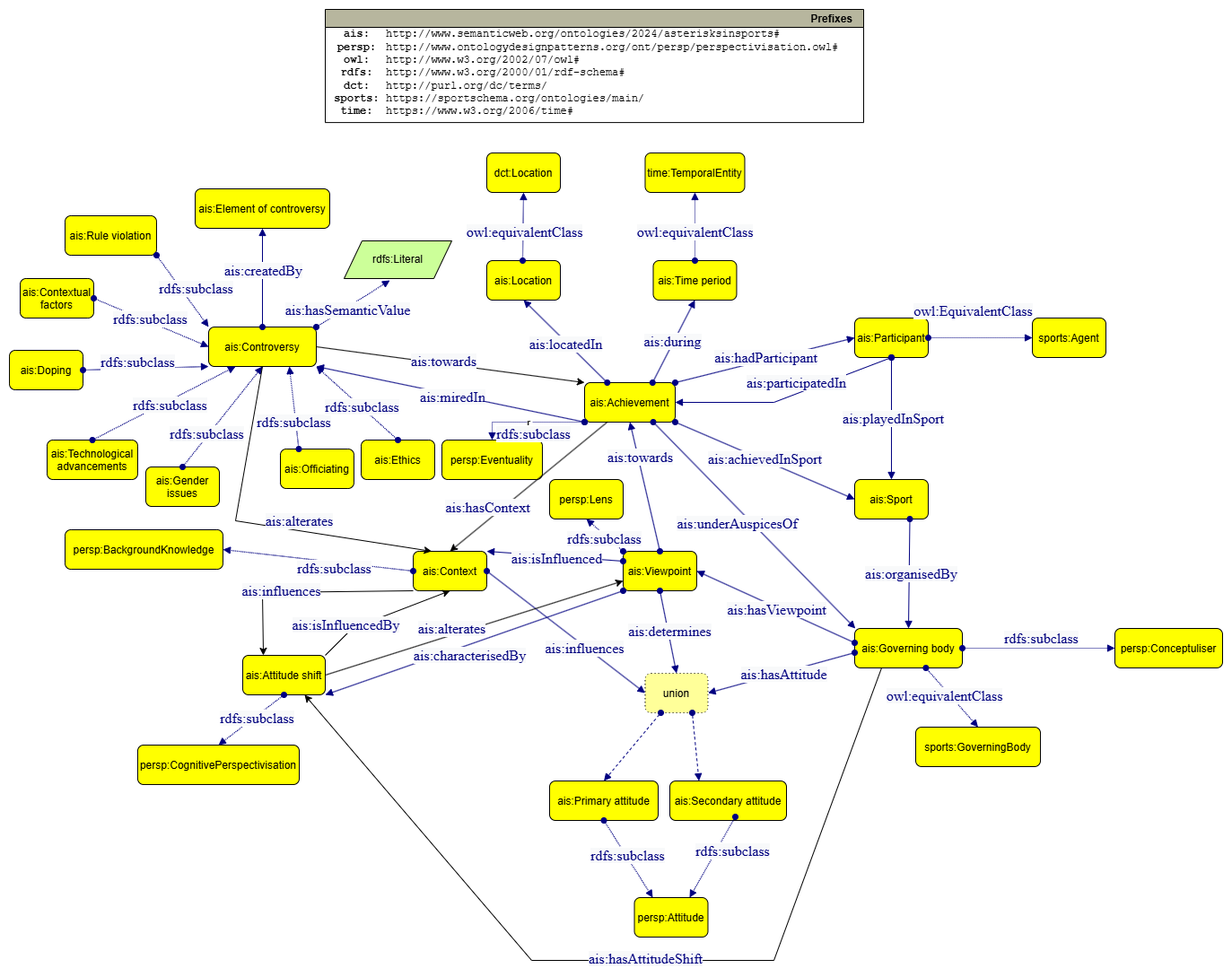
Earlier version of the draw.io export img/ontologydiagram2.drawio.png (krzywonos/asterisks-in-sports). Source tidied: cells renumbered, new cells last; positions are measured from the earlier drawing's top-left corner, leaving out a move shared by most shapes.
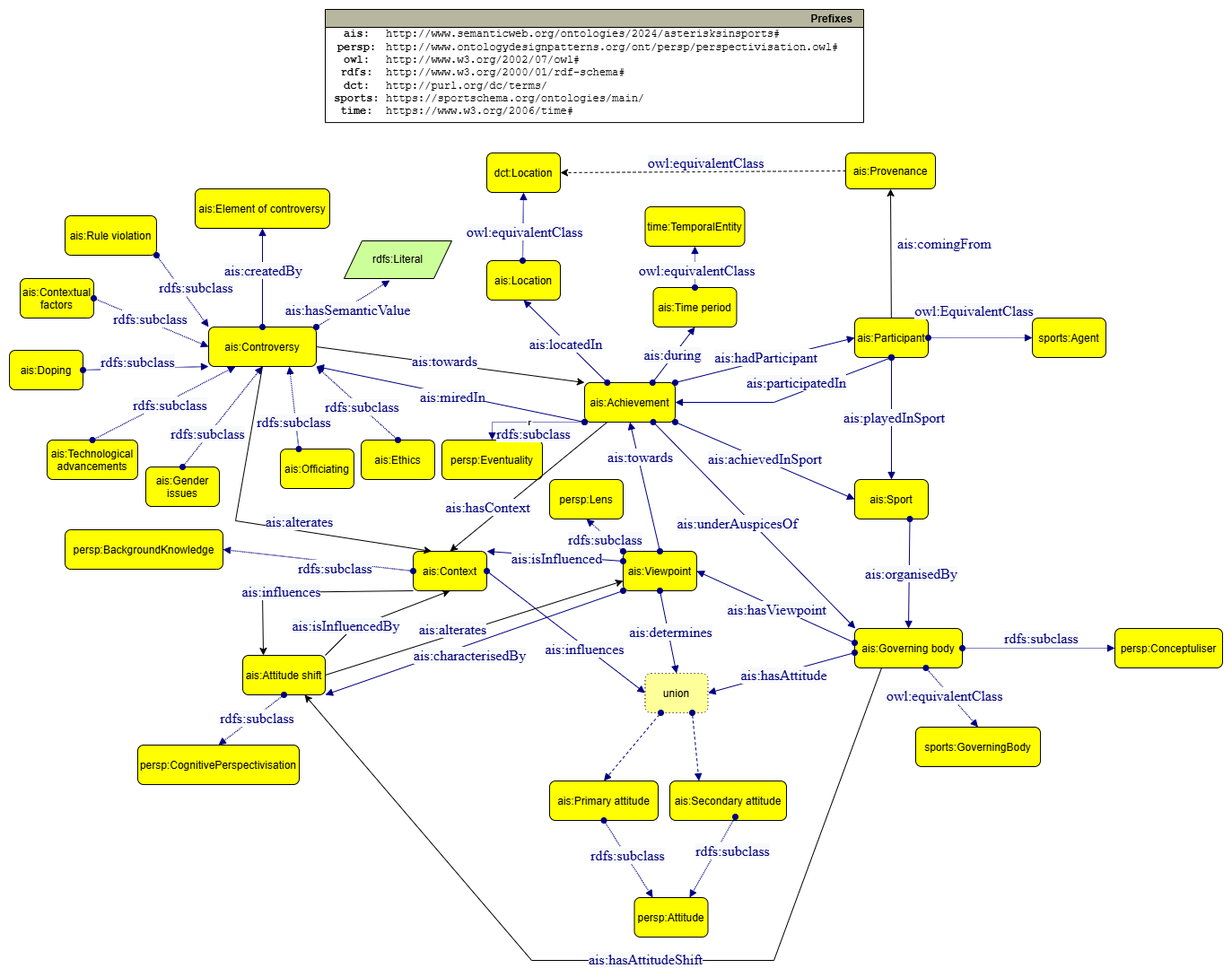
After the commit.

Commit message:
added Provenance and its links to diagrams and text

What changed in the source:
```diff
@@ -21,10 +21,10 @@
       <mxGeometry x="532" y="280" width="82" height="44" as="geometry" />
     </mxCell>
     <mxCell id="8" value="time:TemporalEntity" style="graphMlID=n4;shape=rect;rounded=1;arcsize=30;fillColor=#ffff00;strokeColor=#000000;strokeWidth=1.0;" parent="1" vertex="1">
-      <mxGeometry x="708.5" y="160" width="111" height="44" as="geometry" />
+      <mxGeometry x="708.5" y="220" width="111" height="44" as="geometry" />
     </mxCell>
     <mxCell id="9" value="ais:Time period" style="graphMlID=n4;shape=rect;rounded=1;arcsize=30;fillColor=#ffff00;strokeColor=#000000;strokeWidth=1.0;" parent="1" vertex="1">
-      <mxGeometry x="717.5" y="280" width="93" height="44" as="geometry" />
+      <mxGeometry x="717.5" y="310" width="93" height="44" as="geometry" />
     </mxCell>
     <mxCell id="10" value="ais:Sport" style="graphMlID=n4;shape=rect;rounded=1;arcsize=30;fillColor=#ffff00;strokeColor=#000000;strokeWidth=1.0;" parent="1" vertex="1">
       <mxGeometry x="942" y="524" width="82" height="44" as="geometry" />
@@ -148,9 +148,19 @@
     </mxCell>
     <mxCell id="43" value="&lt;span style=&quot;color: rgb(0 , 0 , 128) ; font-family: &amp;#34;dialog&amp;#34; ; font-size: 16px ; background-color: rgb(248 , 249 , 250)&quot;&gt;owl:equivalentClass&lt;/span&gt;" style="text;html=1;align=center;verticalAlign=middle;labelBackgroundColor=#ffffff;" parent="42" vertex="1">
       <mxGeometry x="-0.14" y="-3" relative="1" as="geometry">
-        <mxPoint x="-3" as="offset" />
+        <mxPoint x="-1" as="offset" />
       </mxGeometry>
     </mxCell>
+    <mxCell id="125" value="&lt;span style=&quot;color: rgb(0, 0, 128); font-family: dialog; font-size: 16px;&quot;&gt;ais:comingFrom&lt;/span&gt;" style="text;html=1;align=center;verticalAlign=middle;labelBackgroundColor=default;backgroundOutline=1;labelBorderColor=none;" parent="42" vertex="1">
+      <mxGeometry x="-0.14" y="-3" relative="1" as="geometry">
+        <mxPoint x="275" y="-30" as="offset" />
+      </mxGeometry>
+    </mxCell>
+    <mxCell id="126" value="&lt;span style=&quot;color: rgb(0 , 0 , 128) ; font-family: &amp;#34;dialog&amp;#34; ; font-size: 16px ; background-color: rgb(248 , 249 , 250)&quot;&gt;owl:equivalentClass&lt;/span&gt;" style="text;html=1;align=center;verticalAlign=middle;labelBackgroundColor=#ffffff;" parent="42" vertex="1">
+      <mxGeometry x="-0.14" y="-3" relative="1" as="geometry">
+        <mxPoint x="9" y="-120" as="offset" />
+      </mxGeometry>
+    </mxCell>
     <mxCell id="44" style="graphMlID=e0;rounded=0;endArrow=block;strokeColor=#000080;strokeWidth=1.0;startArrow=oval;startFill=1;endFill=1;entryX=0.5;entryY=1;entryDx=0;entryDy=0;exitX=0.75;exitY=0;exitDx=0;exitDy=0;" parent="1" edge="1" source="3" target="9">
       <mxGeometry relative="1" as="geometry" />
     </mxCell>
@@ -469,5 +479,14 @@
     <mxCell id="124" value="&lt;font color=&quot;#000080&quot; face=&quot;dialog&quot;&gt;&lt;span style=&quot;font-size: 16px; background-color: rgb(248, 249, 250);&quot;&gt;ais:influences&lt;/span&gt;&lt;/font&gt;" style="text;html=1;align=center;verticalAlign=middle;labelBackgroundColor=#ffffff;" parent="1" vertex="1">
       <mxGeometry x="302" y="648" as="geometry" />
     </mxCell>
+    <mxCell id="127" style="endArrow=classic;html=1;rounded=0;entryX=0.5;entryY=1;entryDx=0;entryDy=0;" parent="1" edge="1" source="12" target="128">
+      <mxGeometry relative="1" as="geometry" />
+    </mxCell>
+    <mxCell id="128" value="ais:Provenance" style="graphMlID=n4;shape=rect;rounded=1;arcsize=30;fillColor=#ffff00;strokeColor=#000000;strokeWidth=1.0;" parent="1" vertex="1">
+      <mxGeometry x="932" y="160" width="100" height="40" as="geometry" />
+    </mxCell>
+    <mxCell id="129" style="endArrow=classic;html=1;rounded=0;exitX=0;exitY=0.5;exitDx=0;exitDy=0;entryX=1;entryY=0.5;entryDx=0;entryDy=0;dashed=1;" parent="1" edge="1" source="128" target="15">
+      <mxGeometry relative="1" as="geometry" />
+    </mxCell>
   </root>
 </mxGraphModel>
```
